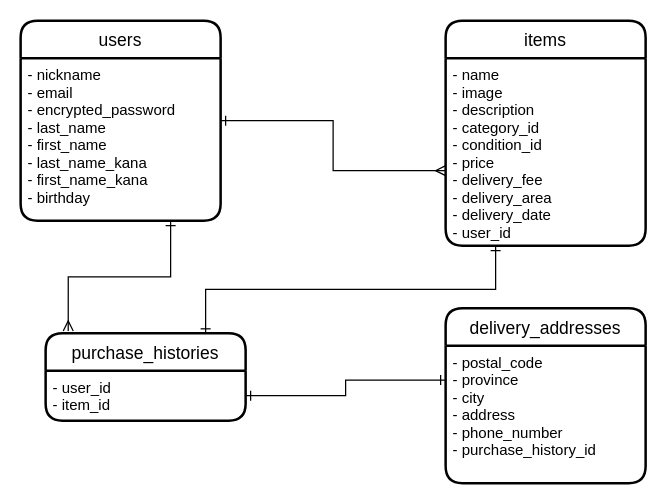
Earlier version of the draw.io diagram furima.dio (niwamei/furima-34305). Source tidied: cells renumbered, new cells numbered last; positions are measured from the earlier drawing's top-left corner, leaving out a move shared by most shapes. Both pictures are drawn from the tidied source at 125%, with x=0, y=0 at pixel (20, 20).
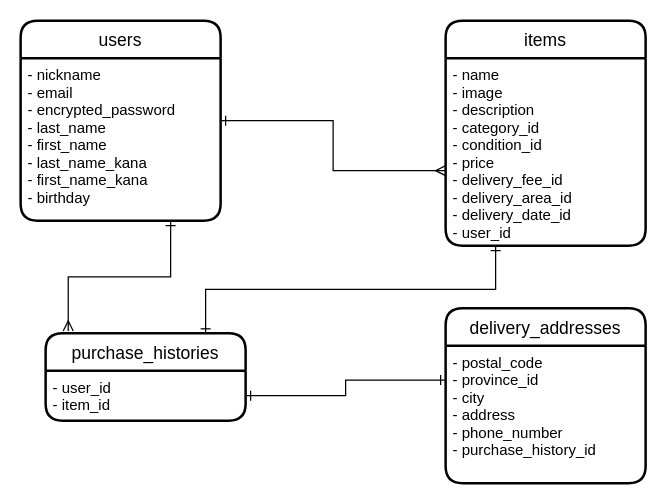
The same page after the edit.

Commit message (it also covers changes not shown here):
データベース設計の修正３

What changed in the source:
```diff
@@
 <mxGraphModel>
   <root>
     <mxCell id="0" />
     <mxCell id="1" parent="0" />
     <mxCell id="2" style="edgeStyle=orthogonalEdgeStyle;rounded=0;jettySize=auto;html=1;entryX=0;entryY=0.6;entryDx=0;entryDy=0;entryPerimeter=0;endArrow=ERmany;endFill=0;startArrow=ERone;startFill=0;" parent="1" edge="1" source="3" target="7">
       <mxGeometry relative="1" as="geometry" />
     </mxCell>
     <mxCell id="3" value="users" style="swimlane;horizontal=1;startSize=30;rounded=1;fontSize=14;fontStyle=0;strokeWidth=2;shadow=0;dashed=0;align=center;" parent="1" vertex="1">
       <mxGeometry width="160" height="160" as="geometry" />
     </mxCell>
     <mxCell id="4" value="- nickname&#10;- email&#10;- encrypted_password&#10;- last_name&#10;- first_name&#10;- last_name_kana&#10;- first_name_kana&#10;- birthday" style="align=left;strokeColor=none;fillColor=none;spacingLeft=4;fontSize=12;verticalAlign=top;" parent="3" vertex="1">
       <mxGeometry y="30" width="160" height="130" as="geometry" />
     </mxCell>
     <mxCell id="5" style="edgeStyle=orthogonalEdgeStyle;rounded=0;orthogonalLoop=1;jettySize=auto;html=1;exitX=0.5;exitY=1;exitDx=0;exitDy=0;endArrow=ERmany;endFill=0;" parent="3" edge="1" source="4" target="4">
       <mxGeometry relative="1" as="geometry" />
     </mxCell>
     <mxCell id="6" value="items" style="swimlane;horizontal=1;startSize=30;rounded=1;fontSize=14;fontStyle=0;strokeWidth=2;shadow=0;dashed=0;align=center;" parent="1" vertex="1">
       <mxGeometry x="340" width="160" height="180" as="geometry" />
     </mxCell>
-    <mxCell id="7" value="- name&#10;- image&#10;- description&#10;- category_id&#10;- condition_id&#10;- price&#10;- delivery_fee&#10;- delivery_area&#10;- delivery_date&#10;- user_id" style="align=left;strokeColor=none;fillColor=none;spacingLeft=4;fontSize=12;verticalAlign=top;" parent="6" vertex="1">
+    <mxCell id="7" value="- name&#10;- image&#10;- description&#10;- category_id&#10;- condition_id&#10;- price&#10;- delivery_fee_id&#10;- delivery_area_id&#10;- delivery_date_id&#10;- user_id" style="align=left;strokeColor=none;fillColor=none;spacingLeft=4;fontSize=12;verticalAlign=top;" parent="6" vertex="1">
       <mxGeometry y="30" width="160" height="150" as="geometry" />
     </mxCell>
     <mxCell id="8" value="delivery_addresses" style="swimlane;horizontal=1;startSize=30;rounded=1;fontSize=14;fontStyle=0;strokeWidth=2;shadow=0;dashed=0;align=center;" parent="1" vertex="1">
       <mxGeometry x="340" y="230" width="160" height="140" as="geometry" />
     </mxCell>
-    <mxCell id="9" value="- postal_code&#10;- province&#10;- city&#10;- address&#10;- phone_number&#10;- purchase_history_id" style="align=left;strokeColor=none;fillColor=none;spacingLeft=4;fontSize=12;verticalAlign=top;" parent="8" vertex="1">
+    <mxCell id="9" value="- postal_code&#10;- province_id&#10;- city&#10;- address&#10;- phone_number&#10;- purchase_history_id" style="align=left;strokeColor=none;fillColor=none;spacingLeft=4;fontSize=12;verticalAlign=top;" parent="8" vertex="1">
       <mxGeometry y="30" width="160" height="110" as="geometry" />
     </mxCell>
     <mxCell id="10" value="purchase_histories" style="swimlane;horizontal=1;startSize=30;rounded=1;fontSize=14;fontStyle=0;strokeWidth=2;shadow=0;dashed=0;align=center;" parent="1" vertex="1">
       <mxGeometry x="20" y="250" width="160" height="70" as="geometry" />
     </mxCell>
     <mxCell id="11" value="- user_id&#10;- item_id" style="align=left;strokeColor=none;fillColor=none;spacingLeft=4;fontSize=12;verticalAlign=top;" parent="10" vertex="1">
       <mxGeometry y="30" width="160" height="40" as="geometry" />
     </mxCell>
     <mxCell id="12" style="edgeStyle=orthogonalEdgeStyle;rounded=0;jettySize=auto;html=1;exitX=0.25;exitY=1;exitDx=0;exitDy=0;entryX=0.8;entryY=0.008;entryDx=0;entryDy=0;entryPerimeter=0;endArrow=ERone;endFill=0;startArrow=ERone;startFill=0;" parent="1" edge="1" source="7" target="10">
       <mxGeometry relative="1" as="geometry" />
     </mxCell>
     <mxCell id="13" style="edgeStyle=orthogonalEdgeStyle;rounded=0;jettySize=auto;html=1;exitX=0.75;exitY=1;exitDx=0;exitDy=0;entryX=0.113;entryY=-0.025;entryDx=0;entryDy=0;entryPerimeter=0;startArrow=ERone;startFill=0;endArrow=ERmany;endFill=0;" parent="1" edge="1" source="4" target="10">
       <mxGeometry relative="1" as="geometry" />
     </mxCell>
     <mxCell id="14" style="edgeStyle=orthogonalEdgeStyle;rounded=0;jettySize=auto;html=1;exitX=1;exitY=0.5;exitDx=0;exitDy=0;entryX=0;entryY=0.25;entryDx=0;entryDy=0;endArrow=ERone;endFill=0;startArrow=ERone;startFill=0;" parent="1" edge="1" source="11" target="9">
       <mxGeometry relative="1" as="geometry" />
     </mxCell>
   </root>
 </mxGraphModel>
```
